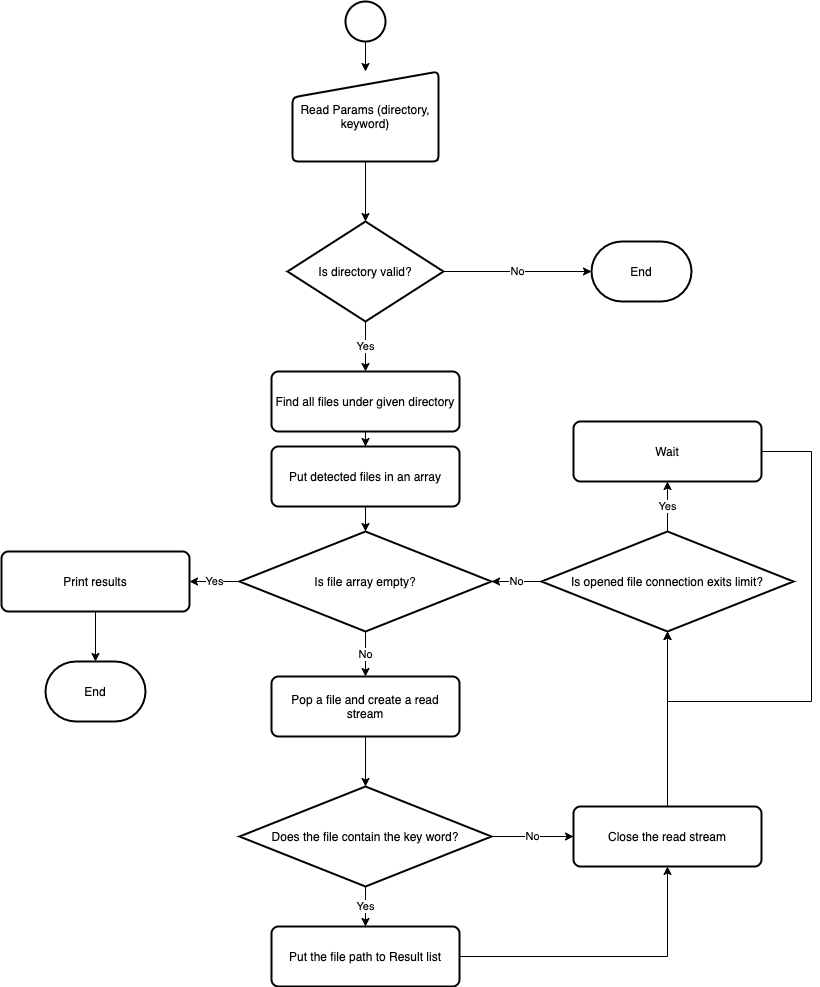
Before: docs/program-flow.png, a diagram exported from draw.io (zhiyue-yi/text-searcher). Source tidied: cells renumbered, new cells last; positions are measured from the earlier drawing's top-left corner, leaving out a move shared by most shapes.
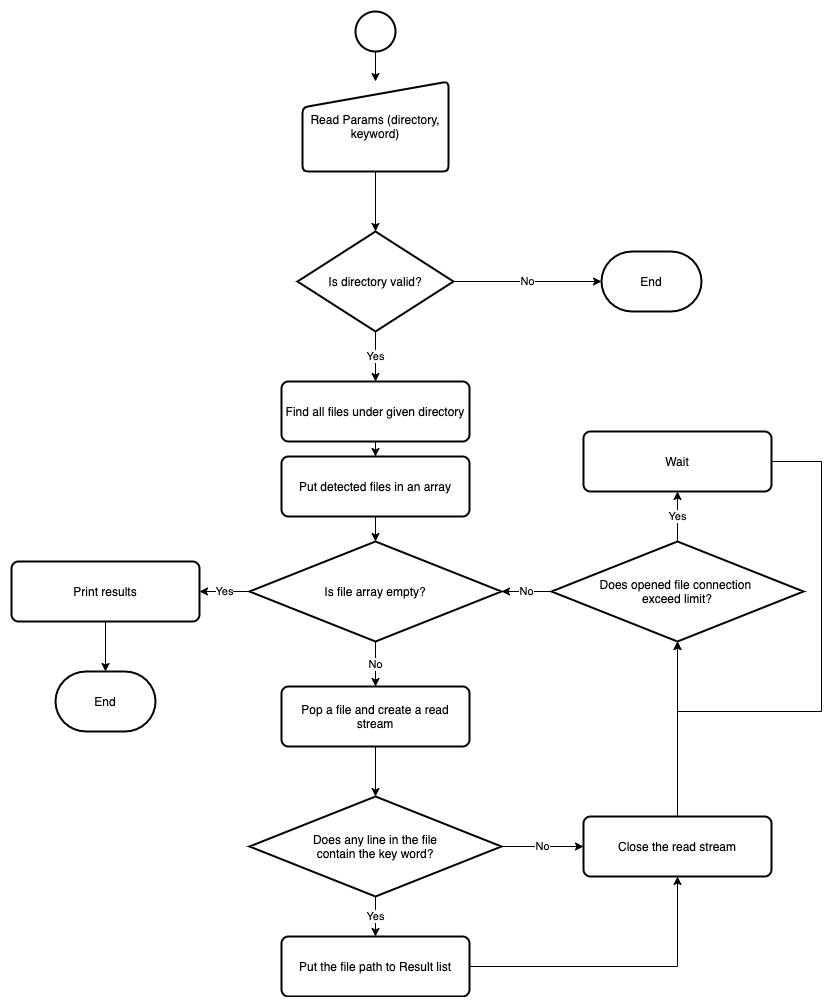
Later version of the same file.

What changed in the source:
```diff
@@ -50,7 +50,7 @@
     <mxCell id="17" value="No" style="edgeStyle=orthogonalEdgeStyle;rounded=0;jettySize=auto;html=1;exitX=1;exitY=0.5;exitDx=0;exitDy=0;exitPerimeter=0;entryX=0;entryY=0.5;entryDx=0;entryDy=0;" parent="1" edge="1" source="18" target="25">
       <mxGeometry relative="1" as="geometry" />
     </mxCell>
-    <mxCell id="18" value="Does the file contain the key word?" style="strokeWidth=2;html=1;shape=mxgraph.flowchart.decision;whiteSpace=wrap;" parent="1" vertex="1">
+    <mxCell id="18" value="Does any line in the file&lt;br&gt;contain the key word?" style="strokeWidth=2;html=1;shape=mxgraph.flowchart.decision;whiteSpace=wrap;" parent="1" vertex="1">
       <mxGeometry x="238" y="785" width="252" height="100" as="geometry" />
     </mxCell>
     <mxCell id="19" style="edgeStyle=orthogonalEdgeStyle;rounded=0;jettySize=auto;html=1;entryX=0.5;entryY=1;entryDx=0;entryDy=0;" parent="1" edge="1" source="20" target="25">
@@ -65,7 +65,7 @@
     <mxCell id="22" value="No" style="edgeStyle=orthogonalEdgeStyle;rounded=0;jettySize=auto;html=1;entryX=1;entryY=0.5;entryDx=0;entryDy=0;entryPerimeter=0;" parent="1" edge="1" source="23" target="30">
       <mxGeometry relative="1" as="geometry" />
     </mxCell>
-    <mxCell id="23" value="Is opened file connection exits limit?" style="strokeWidth=2;html=1;shape=mxgraph.flowchart.decision;whiteSpace=wrap;" parent="1" vertex="1">
+    <mxCell id="23" value="Does opened file connection &lt;br&gt;exceed limit?" style="strokeWidth=2;html=1;shape=mxgraph.flowchart.decision;whiteSpace=wrap;" parent="1" vertex="1">
       <mxGeometry x="540" y="530" width="252" height="100" as="geometry" />
     </mxCell>
     <mxCell id="24" style="edgeStyle=orthogonalEdgeStyle;rounded=0;jettySize=auto;html=1;entryX=0.5;entryY=1;entryDx=0;entryDy=0;entryPerimeter=0;" parent="1" edge="1" source="25" target="23">
```
